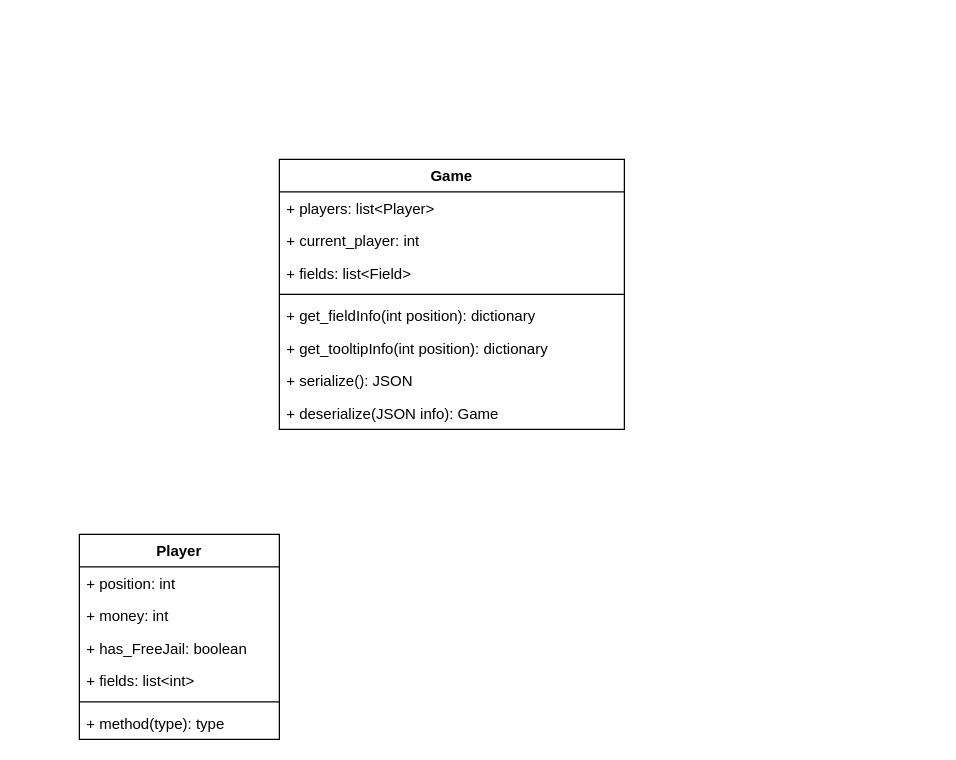
Above: Diagram.drawio in PedroPerpetua/MonopolyPy (draw.io), before the change. Source tidied: cells renumbered, new cells numbered last; positions are measured from the earlier drawing's top-left corner, leaving out a move shared by most shapes. Both pictures are drawn from the tidied source at 125%, with x=0, y=0 at pixel (79, 159).
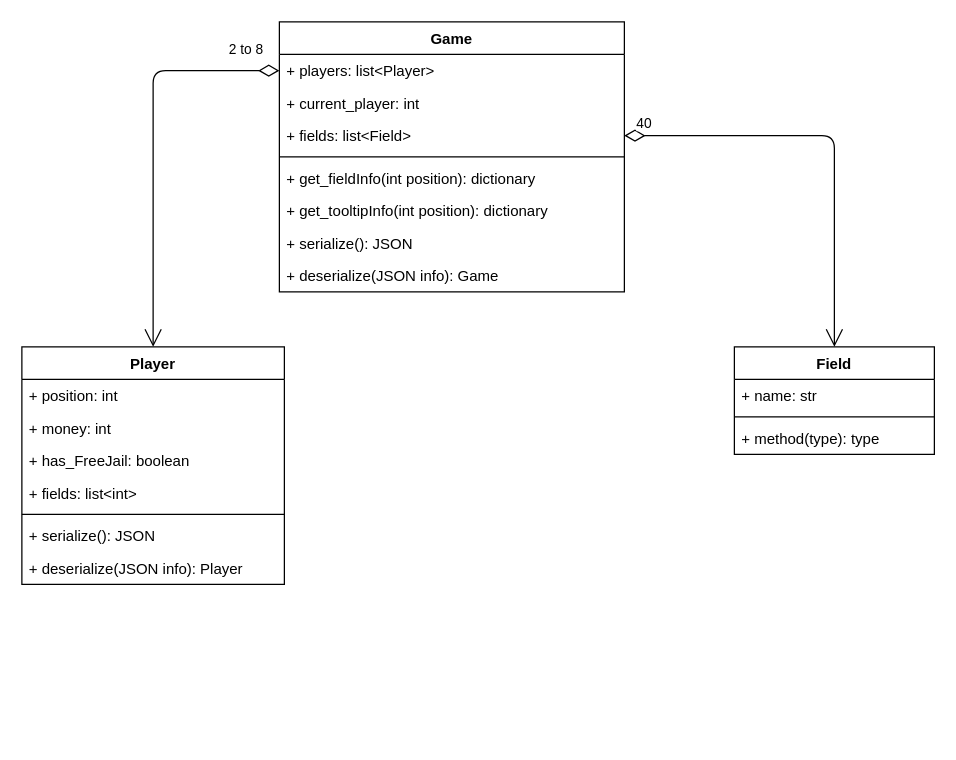
After the change.

Commit message:
Still working on this

Unchanged cells that the change refers to:
```xml
<mxCell id="3" value="+ players: list&lt;Player&gt;" style="text;strokeColor=none;fillColor=none;align=left;verticalAlign=top;spacingLeft=4;spacingRight=4;overflow=hidden;points=[[0,0.5],[1,0.5]];portConstraint=eastwest;" parent="2" vertex="1">
  <mxGeometry y="26" width="276" height="26" as="geometry" />
</mxCell>
<mxCell id="5" value="+ fields: list&lt;Field&gt;" style="text;strokeColor=none;fillColor=none;align=left;verticalAlign=top;spacingLeft=4;spacingRight=4;overflow=hidden;points=[[0,0.5],[1,0.5]];portConstraint=eastwest;" parent="2" vertex="1">
  <mxGeometry y="78" width="276" height="26" as="geometry" />
</mxCell>
```

The edit, as a diff of the source:
```diff
@@
     <mxCell id="2" value="Game" style="swimlane;fontStyle=1;align=center;verticalAlign=top;horizontal=1;startSize=26;" parent="1" vertex="1">
-      <mxGeometry x="160" width="276" height="216" as="geometry" />
+      <mxGeometry x="160" y="-110" width="276" height="216" as="geometry" />
     </mxCell>
@@
+    <mxCell id="18" value="2 to 8" style="endArrow=open;html=1;endSize=12;startArrow=diamondThin;startSize=14;startFill=0;edgeStyle=orthogonalEdgeStyle;align=left;verticalAlign=bottom;exitX=0;exitY=0.5;exitDx=0;exitDy=0;" parent="1" edge="1" source="3" target="11">
+      <mxGeometry x="-0.74" y="-8" relative="1" as="geometry" />
+    </mxCell>
     <mxCell id="11" value="Player" style="swimlane;fontStyle=1;align=center;verticalAlign=top;horizontal=1;startSize=26;" parent="1" vertex="1">
-      <mxGeometry y="300" width="160" height="164" as="geometry" />
+      <mxGeometry x="-46" y="150" width="210" height="190" as="geometry" />
     </mxCell>
     <mxCell id="12" value="+ position: int" style="text;strokeColor=none;fillColor=none;align=left;verticalAlign=top;spacingLeft=4;spacingRight=4;overflow=hidden;" parent="11" vertex="1">
-      <mxGeometry y="26" width="160" height="26" as="geometry" />
+      <mxGeometry y="26" width="210" height="26" as="geometry" />
     </mxCell>
     <mxCell id="13" value="+ money: int" style="text;strokeColor=none;fillColor=none;align=left;verticalAlign=top;spacingLeft=4;spacingRight=4;overflow=hidden;" parent="11" vertex="1">
-      <mxGeometry y="52" width="160" height="26" as="geometry" />
+      <mxGeometry y="52" width="210" height="26" as="geometry" />
     </mxCell>
     <mxCell id="14" value="+ has_FreeJail: boolean" style="text;strokeColor=none;fillColor=none;align=left;verticalAlign=top;spacingLeft=4;spacingRight=4;overflow=hidden;" parent="11" vertex="1">
-      <mxGeometry y="78" width="160" height="26" as="geometry" />
+      <mxGeometry y="78" width="210" height="26" as="geometry" />
     </mxCell>
     <mxCell id="15" value="+ fields: list&lt;int&gt;" style="text;strokeColor=none;fillColor=none;align=left;verticalAlign=top;spacingLeft=4;spacingRight=4;overflow=hidden;" parent="11" vertex="1">
-      <mxGeometry y="104" width="160" height="26" as="geometry" />
+      <mxGeometry y="104" width="210" height="26" as="geometry" />
     </mxCell>
     <mxCell id="16" style="line;strokeWidth=1;fillColor=none;align=left;verticalAlign=middle;spacingTop=-1;spacingLeft=3;spacingRight=3;labelPosition=right;" parent="11" vertex="1">
-      <mxGeometry y="130" width="160" height="8" as="geometry" />
+      <mxGeometry y="130" width="210" height="8" as="geometry" />
     </mxCell>
-    <mxCell id="17" value="+ method(type): type" style="text;strokeColor=none;fillColor=none;align=left;verticalAlign=top;spacingLeft=4;spacingRight=4;overflow=hidden;" parent="11" vertex="1">
-      <mxGeometry y="138" width="160" height="26" as="geometry" />
+    <mxCell id="17" value="+ serialize(): JSON" style="text;strokeColor=none;fillColor=none;align=left;verticalAlign=top;spacingLeft=4;spacingRight=4;overflow=hidden;" parent="11" vertex="1">
+      <mxGeometry y="138" width="210" height="26" as="geometry" />
     </mxCell>
+    <mxCell id="19" value="+ deserialize(JSON info): Player" style="text;strokeColor=none;fillColor=none;align=left;verticalAlign=top;spacingLeft=4;spacingRight=4;overflow=hidden;" parent="11" vertex="1">
+      <mxGeometry y="164" width="210" height="26" as="geometry" />
+    </mxCell>
+    <mxCell id="20" value="Field" style="swimlane;fontStyle=1;align=center;verticalAlign=top;horizontal=1;startSize=26;" parent="1" vertex="1">
+      <mxGeometry x="524" y="150" width="160" height="86" as="geometry" />
+    </mxCell>
+    <mxCell id="21" value="+ name: str" style="text;strokeColor=none;fillColor=none;align=left;verticalAlign=top;spacingLeft=4;spacingRight=4;overflow=hidden;" parent="20" vertex="1">
+      <mxGeometry y="26" width="160" height="26" as="geometry" />
+    </mxCell>
+    <mxCell id="22" style="line;strokeWidth=1;fillColor=none;align=left;verticalAlign=middle;spacingTop=-1;spacingLeft=3;spacingRight=3;labelPosition=right;" parent="20" vertex="1">
+      <mxGeometry y="52" width="160" height="8" as="geometry" />
+    </mxCell>
+    <mxCell id="23" value="+ method(type): type" style="text;strokeColor=none;fillColor=none;align=left;verticalAlign=top;spacingLeft=4;spacingRight=4;overflow=hidden;" parent="20" vertex="1">
+      <mxGeometry y="60" width="160" height="26" as="geometry" />
+    </mxCell>
+    <mxCell id="24" value="40" style="endArrow=open;html=1;endSize=12;startArrow=diamondThin;startSize=14;startFill=0;edgeStyle=orthogonalEdgeStyle;align=left;verticalAlign=bottom;" parent="1" edge="1" source="5" target="20">
+      <mxGeometry x="-0.95" y="1" relative="1" as="geometry" />
+    </mxCell>
```
